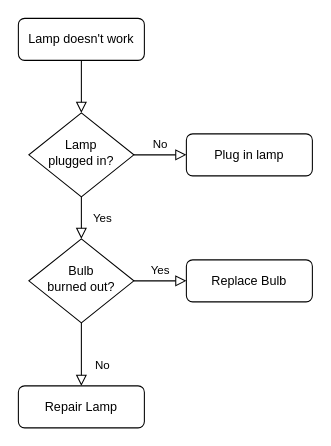
Earlier version of the draw.io diagram Untitled Diagram.drawio (xiaoshi1994/shiye). Source tidied: cells renumbered, new cells numbered last; positions are measured from the earlier drawing's top-left corner, leaving out a move shared by most shapes. Both pictures are drawn from the tidied source at 105%, with x=0, y=0 at pixel (18, 18).
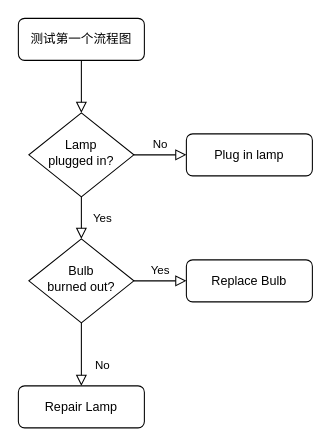
Above is the later version.

What changed in the source:
```diff
@@
 <mxGraphModel>
   <root>
     <mxCell id="0" />
     <mxCell id="1" parent="0" />
     <mxCell id="2" style="rounded=0;html=1;jettySize=auto;fontSize=11;endArrow=block;endFill=0;endSize=8;strokeWidth=1;shadow=0;labelBackgroundColor=none;edgeStyle=orthogonalEdgeStyle;" parent="1" edge="1" source="3" target="6">
       <mxGeometry relative="1" as="geometry" />
     </mxCell>
-    <mxCell id="3" value="Lamp doesn't work" style="rounded=1;whiteSpace=wrap;html=1;fontSize=12;glass=0;strokeWidth=1;shadow=0;" parent="1" vertex="1">
+    <mxCell id="3" value="测试第一个流程图" style="rounded=1;whiteSpace=wrap;html=1;fontSize=12;glass=0;strokeWidth=1;shadow=0;" parent="1" vertex="1">
       <mxGeometry width="120" height="40" as="geometry" />
     </mxCell>
     <mxCell id="4" value="Yes" style="rounded=0;html=1;jettySize=auto;fontSize=11;endArrow=block;endFill=0;endSize=8;strokeWidth=1;shadow=0;labelBackgroundColor=none;edgeStyle=orthogonalEdgeStyle;" parent="1" edge="1" source="6" target="10">
       <mxGeometry y="20" relative="1" as="geometry" />
     </mxCell>
     <mxCell id="5" value="No" style="edgeStyle=orthogonalEdgeStyle;rounded=0;html=1;jettySize=auto;fontSize=11;endArrow=block;endFill=0;endSize=8;strokeWidth=1;shadow=0;labelBackgroundColor=none;" parent="1" edge="1" source="6" target="7">
       <mxGeometry y="10" relative="1" as="geometry" />
     </mxCell>
     <mxCell id="6" value="Lamp&lt;br&gt;plugged in?" style="rhombus;whiteSpace=wrap;html=1;shadow=0;fontFamily=Helvetica;fontSize=12;align=center;strokeWidth=1;spacing=6;spacingTop=-4;" parent="1" vertex="1">
       <mxGeometry x="10" y="90" width="100" height="80" as="geometry" />
     </mxCell>
     <mxCell id="7" value="Plug in lamp" style="rounded=1;whiteSpace=wrap;html=1;fontSize=12;glass=0;strokeWidth=1;shadow=0;" parent="1" vertex="1">
       <mxGeometry x="160" y="110" width="120" height="40" as="geometry" />
     </mxCell>
     <mxCell id="8" value="No" style="rounded=0;html=1;jettySize=auto;fontSize=11;endArrow=block;endFill=0;endSize=8;strokeWidth=1;shadow=0;labelBackgroundColor=none;edgeStyle=orthogonalEdgeStyle;" parent="1" edge="1" source="10" target="11">
       <mxGeometry x="0.33" y="20" relative="1" as="geometry" />
     </mxCell>
     <mxCell id="9" value="Yes" style="edgeStyle=orthogonalEdgeStyle;rounded=0;html=1;jettySize=auto;fontSize=11;endArrow=block;endFill=0;endSize=8;strokeWidth=1;shadow=0;labelBackgroundColor=none;" parent="1" edge="1" source="10" target="12">
       <mxGeometry y="10" relative="1" as="geometry" />
     </mxCell>
     <mxCell id="10" value="Bulb&lt;br&gt;burned out?" style="rhombus;whiteSpace=wrap;html=1;shadow=0;fontFamily=Helvetica;fontSize=12;align=center;strokeWidth=1;spacing=6;spacingTop=-4;" parent="1" vertex="1">
       <mxGeometry x="10" y="210" width="100" height="80" as="geometry" />
     </mxCell>
     <mxCell id="11" value="Repair Lamp" style="rounded=1;whiteSpace=wrap;html=1;fontSize=12;glass=0;strokeWidth=1;shadow=0;" parent="1" vertex="1">
       <mxGeometry y="350" width="120" height="40" as="geometry" />
     </mxCell>
     <mxCell id="12" value="Replace Bulb" style="rounded=1;whiteSpace=wrap;html=1;fontSize=12;glass=0;strokeWidth=1;shadow=0;" parent="1" vertex="1">
       <mxGeometry x="160" y="230" width="120" height="40" as="geometry" />
     </mxCell>
   </root>
 </mxGraphModel>
```
